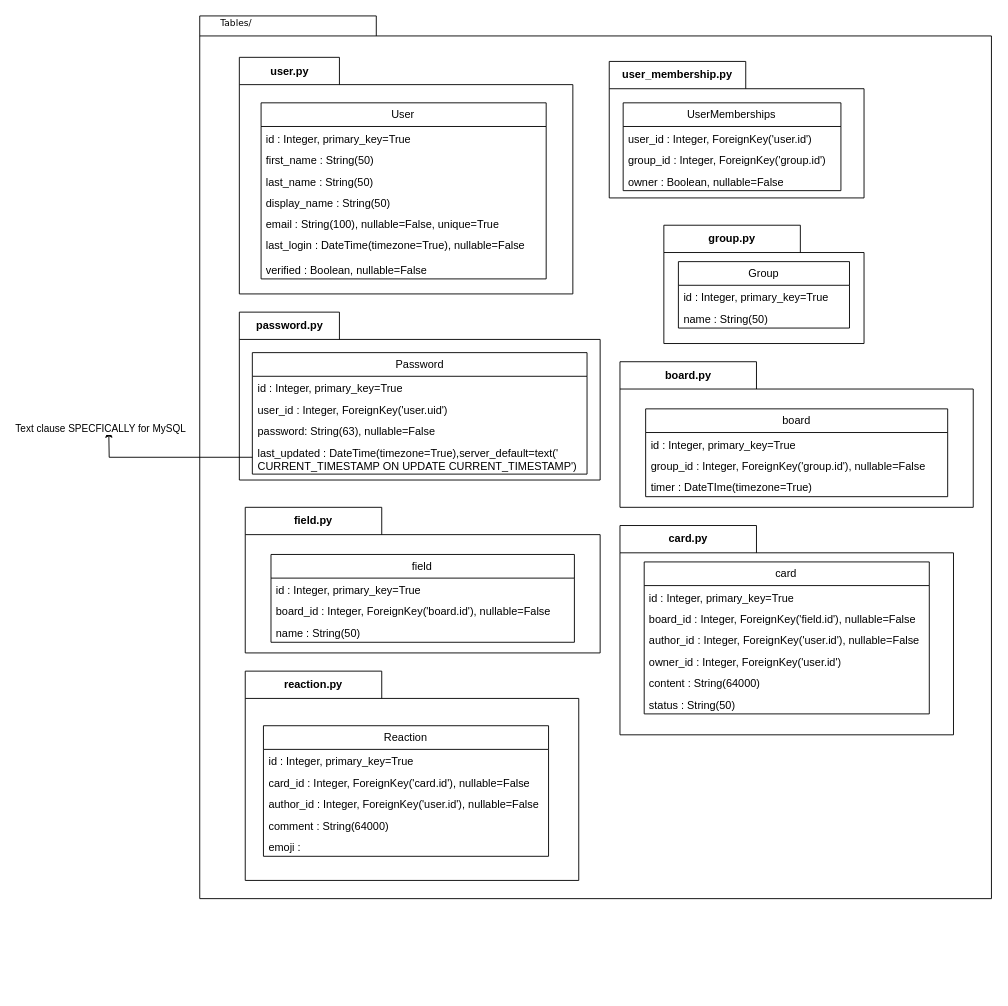
Before: .diagrams/.be/tables-folder.drawio in Bilgecrank/hindsite, a draw.io diagram. Source tidied: cells renumbered, new cells numbered last; positions are measured from the earlier drawing's top-left corner, leaving out a move shared by most shapes. Both pictures are drawn from the tidied source at 91%, with x=0, y=0 at pixel (108, 15).
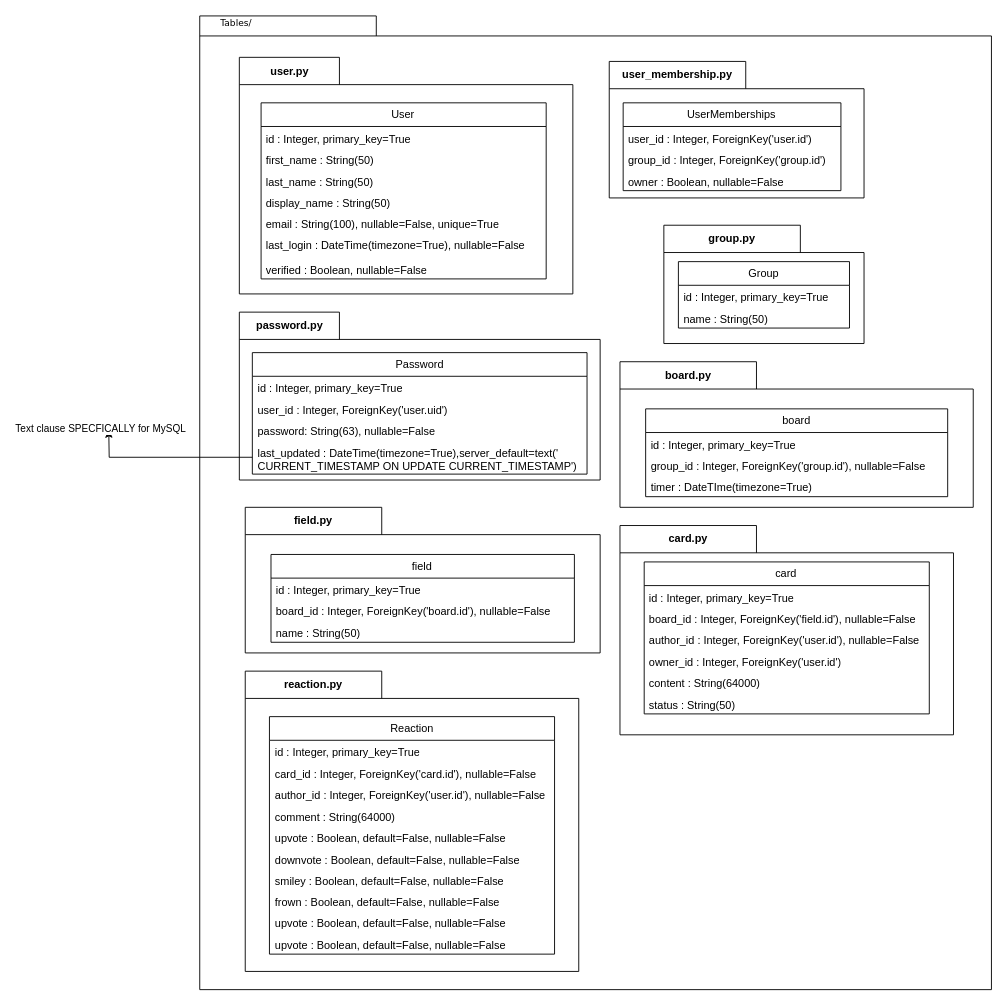
Above is the later version.

What changed in the source:
```diff
@@
     <mxCell id="2" style="shape=folder;fontStyle=1;spacingTop=10;tabWidth=194;tabHeight=22;tabPosition=left;html=1;rounded=0;shadow=0;comic=0;labelBackgroundColor=none;strokeWidth=1;fillColor=none;fontFamily=Verdana;fontSize=10;align=center;" parent="1" vertex="1">
-      <mxGeometry x="100" width="870" height="970" as="geometry" />
+      <mxGeometry x="100" width="870" height="1070" as="geometry" />
     </mxCell>
@@
     <mxCell id="55" value="reaction.py" style="shape=folder;fontStyle=1;tabWidth=150;tabHeight=30;tabPosition=left;html=1;boundedLbl=1;labelInHeader=1;whiteSpace=wrap;" parent="1" vertex="1">
-      <mxGeometry x="150" y="720" width="366.5" height="230" as="geometry" />
+      <mxGeometry x="150" y="720" width="366.5" height="330" as="geometry" />
     </mxCell>
     <mxCell id="56" style="html=1;strokeColor=none;fillColor=none;whiteSpace=wrap;" parent="55" vertex="1">
-      <mxGeometry width="366.5" height="126.5" relative="1" as="geometry">
+      <mxGeometry width="366.5" height="181.5" relative="1" as="geometry">
         <mxPoint y="30" as="offset" />
       </mxGeometry>
     </mxCell>
     <mxCell id="57" value="Reaction" style="swimlane;fontStyle=0;horizontal=1;startSize=26;fillColor=none;whiteSpace=wrap;html=1;" parent="55" vertex="1">
-      <mxGeometry x="20" y="60" width="313.3" height="143.5" as="geometry" />
+      <mxGeometry x="26.6" y="50" width="313.3" height="261" as="geometry" />
     </mxCell>
@@
-    <mxCell id="62" value="emoji :&amp;nbsp;" style="text;strokeColor=none;fillColor=none;align=left;verticalAlign=top;spacingLeft=4;spacingRight=4;overflow=hidden;whiteSpace=wrap;html=1;" parent="57" vertex="1">
+    <mxCell id="62" value="upvote : Boolean, default=False, nullable=False" style="text;strokeColor=none;fillColor=none;align=left;verticalAlign=top;spacingLeft=4;spacingRight=4;overflow=hidden;whiteSpace=wrap;html=1;" parent="57" vertex="1">
       <mxGeometry y="120" width="313.3" height="23.5" as="geometry" />
     </mxCell>
+    <mxCell id="63" value="downvote : Boolean, default=False, nullable=False" style="text;strokeColor=none;fillColor=none;align=left;verticalAlign=top;spacingLeft=4;spacingRight=4;overflow=hidden;whiteSpace=wrap;html=1;" parent="57" vertex="1">
+      <mxGeometry y="143.5" width="313.3" height="23.5" as="geometry" />
+    </mxCell>
+    <mxCell id="64" value="smiley : Boolean, default=False, nullable=False" style="text;strokeColor=none;fillColor=none;align=left;verticalAlign=top;spacingLeft=4;spacingRight=4;overflow=hidden;whiteSpace=wrap;html=1;" parent="57" vertex="1">
+      <mxGeometry y="167" width="313.3" height="23.5" as="geometry" />
+    </mxCell>
+    <mxCell id="65" value="frown : Boolean, default=False, nullable=False" style="text;strokeColor=none;fillColor=none;align=left;verticalAlign=top;spacingLeft=4;spacingRight=4;overflow=hidden;whiteSpace=wrap;html=1;" parent="57" vertex="1">
+      <mxGeometry y="190.5" width="313.3" height="23.5" as="geometry" />
+    </mxCell>
+    <mxCell id="66" value="upvote : Boolean, default=False, nullable=False" style="text;strokeColor=none;fillColor=none;align=left;verticalAlign=top;spacingLeft=4;spacingRight=4;overflow=hidden;whiteSpace=wrap;html=1;" parent="57" vertex="1">
+      <mxGeometry y="214" width="313.3" height="23.5" as="geometry" />
+    </mxCell>
+    <mxCell id="67" value="upvote : Boolean, default=False, nullable=False" style="text;strokeColor=none;fillColor=none;align=left;verticalAlign=top;spacingLeft=4;spacingRight=4;overflow=hidden;whiteSpace=wrap;html=1;" parent="57" vertex="1">
+      <mxGeometry y="237.5" width="313.3" height="23.5" as="geometry" />
+    </mxCell>
```
